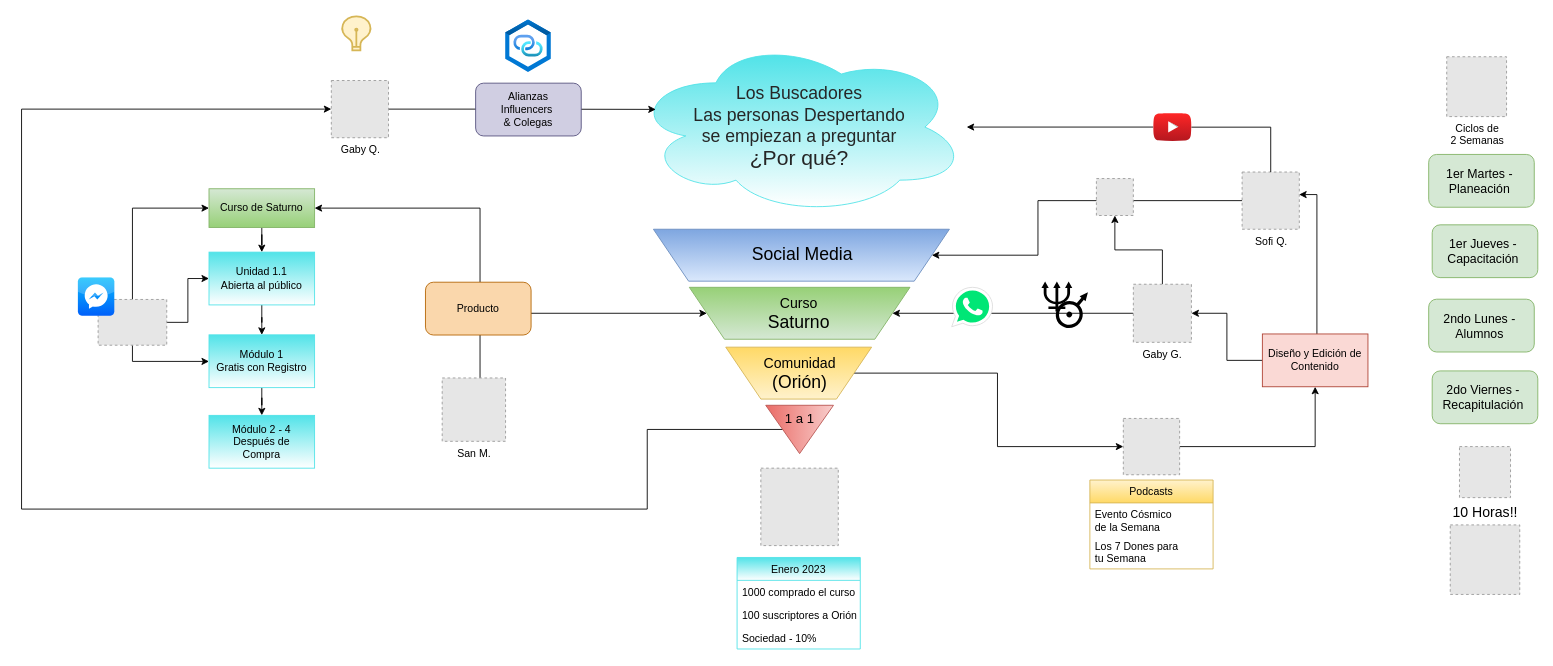
Santiago8888/Cicero keeps this draw.io diagram as docs/Vision.drawio. Above is the earlier version. Source tidied: cells renumbered, new cells numbered last; positions are measured from the earlier drawing's top-left corner, leaving out a move shared by most shapes. Both pictures are drawn from the tidied source at 88%, with x=0, y=0 at pixel (21, 16). Pictures stored in the file or linked from it are replaced by grey dashed boxes.
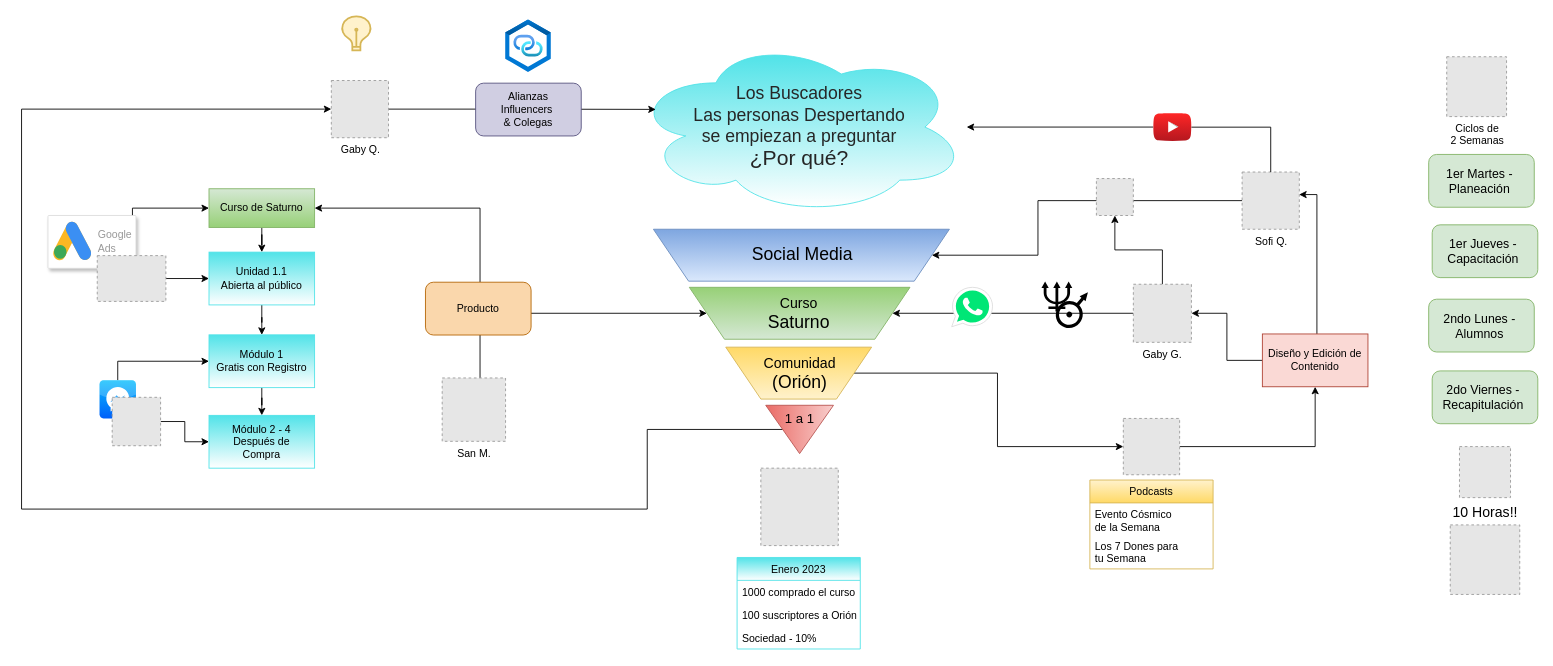
The same page after the edit.

Commit message:
Vision with customer success.

The change refers to these unchanged cells:
```xml
<mxCell id="45" value="Módulo 1&lt;br&gt;Gratis con Registro" style="rounded=0;whiteSpace=wrap;html=1;strokeColor=#51E3E8;fillColor=#51E3E8;gradientColor=#ffffff;" parent="1" vertex="1">
  <mxGeometry x="213" y="362" width="120" height="60" as="geometry" />
</mxCell>
<mxCell id="48" value="Módulo 2 - 4&lt;br&gt;Después de &lt;br&gt;Compra" style="rounded=0;whiteSpace=wrap;html=1;strokeColor=#51E3E8;fillColor=#51E3E8;gradientColor=#ffffff;" parent="1" vertex="1">
  <mxGeometry x="213" y="453.5" width="120" height="60" as="geometry" />
</mxCell>
```

The edit, as a diff of the source:
```diff
@@
-    <mxCell id="51" style="edgeStyle=orthogonalEdgeStyle;rounded=0;jettySize=auto;html=1;" parent="1" edge="1" source="52" target="45">
-      <mxGeometry relative="1" as="geometry">
-        <Array as="points">
-          <mxPoint x="126" y="392.2" />
-        </Array>
-      </mxGeometry>
-    </mxCell>
-    <mxCell id="52" style="fillColor=#E6E6E6;strokeColor=#999999;dashed=1;verticalLabelPosition=bottom;verticalAlign=top;" parent="1" vertex="1">
-      <mxGeometry x="87" y="321.8" width="78" height="52" as="geometry" />
-    </mxCell>
-    <mxCell id="53" style="dashed=0;outlineConnect=0;html=1;align=center;labelPosition=center;verticalLabelPosition=bottom;verticalAlign=top;shape=mxgraph.webicons.messenger_3;fillColor=#09BEFC;gradientColor=#0060FA;strokeColor=#51E3E8;" parent="1" vertex="1">
-      <mxGeometry x="64" y="296.8" width="41.4" height="43.4" as="geometry" />
-    </mxCell>
@@
+    <mxCell id="66" style="edgeStyle=orthogonalEdgeStyle;rounded=0;jettySize=auto;html=1;entryX=0;entryY=0.5;entryDx=0;entryDy=0;" parent="1" edge="1" source="53" target="45">
+      <mxGeometry relative="1" as="geometry">
+        <Array as="points">
+          <mxPoint x="109" y="392" />
+        </Array>
+      </mxGeometry>
+    </mxCell>
+    <mxCell id="53" style="dashed=0;outlineConnect=0;html=1;align=center;labelPosition=center;verticalLabelPosition=bottom;verticalAlign=top;shape=mxgraph.webicons.messenger_3;fillColor=#09BEFC;gradientColor=#0060FA;strokeColor=#51E3E8;" parent="1" vertex="1">
+      <mxGeometry x="88.6" y="413.6" width="41.4" height="43.4" as="geometry" />
+    </mxCell>
+    <mxCell id="67" style="strokeColor=#dddddd;shadow=1;strokeWidth=1;rounded=1;absoluteArcSize=1;arcSize=2;" parent="1" vertex="1">
+      <mxGeometry x="30" y="226.4" width="100" height="60" as="geometry" />
+    </mxCell>
+    <mxCell id="68" value="Google&#10;Ads" style="sketch=0;dashed=0;html=1;fillColor=#5184F3;strokeColor=none;shape=mxgraph.gcp2.google_ads;labelPosition=right;verticalLabelPosition=middle;align=left;verticalAlign=middle;spacingLeft=5;fontColor=#999999;fontSize=12;" parent="67" vertex="1">
+      <mxGeometry width="45" height="45" relative="1" as="geometry">
+        <mxPoint x="5" y="7" as="offset" />
+      </mxGeometry>
+    </mxCell>
+    <mxCell id="52" style="fillColor=#E6E6E6;strokeColor=#999999;dashed=1;verticalLabelPosition=bottom;verticalAlign=top;" parent="1" vertex="1">
+      <mxGeometry x="86" y="272" width="78" height="52" as="geometry" />
+    </mxCell>
+    <mxCell id="69" style="edgeStyle=orthogonalEdgeStyle;rounded=0;jettySize=auto;html=1;" parent="1" edge="1" source="70" target="48">
+      <mxGeometry relative="1" as="geometry" />
+    </mxCell>
+    <mxCell id="70" style="fillColor=#E6E6E6;strokeColor=#999999;dashed=1;html=1;verticalAlign=top;verticalLabelPosition=bottom;labelBackgroundColor=#ffffff;" parent="1" vertex="1">
+      <mxGeometry x="103" y="433" width="55" height="55" as="geometry" />
+    </mxCell>
```
